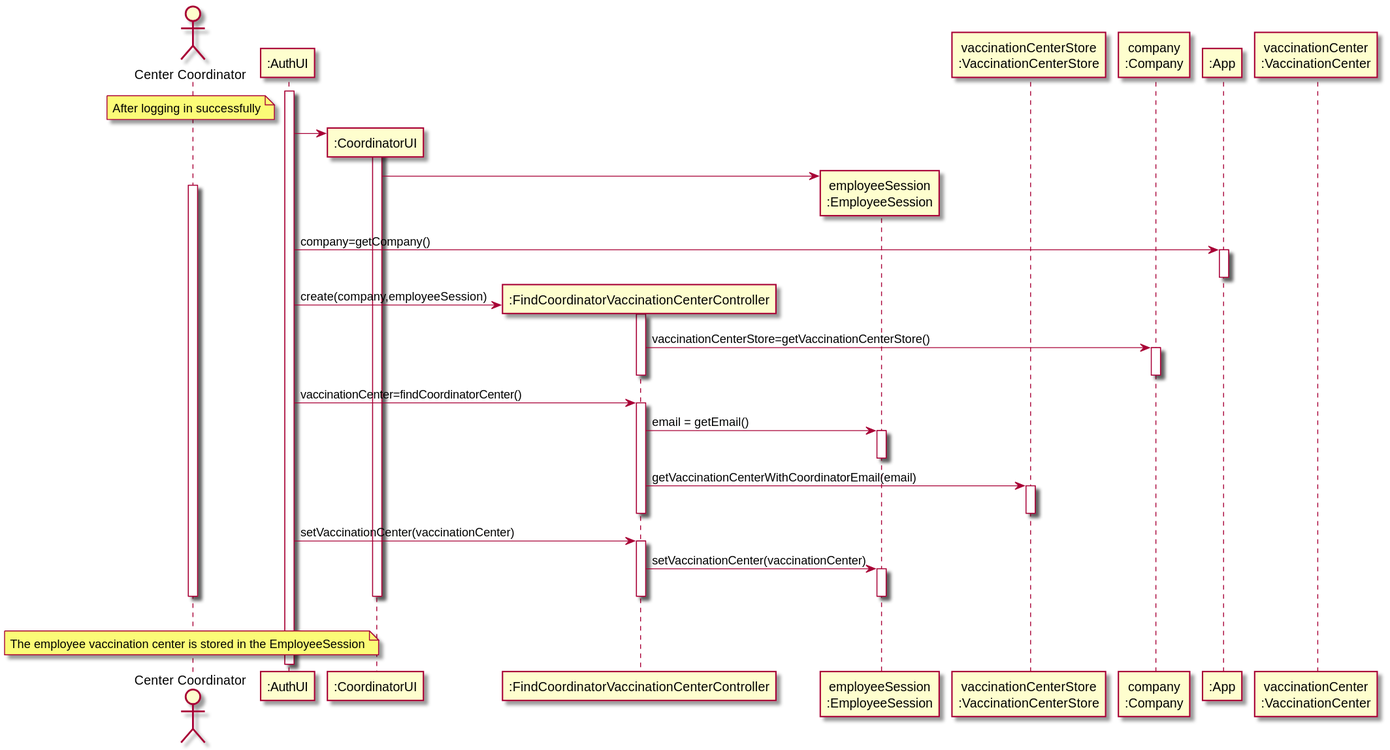
Before: docs/SprintD/CoordinatorLogin_SD.svg, a diagram exported from PlantUML (miseEnPlace-i/lapr2).
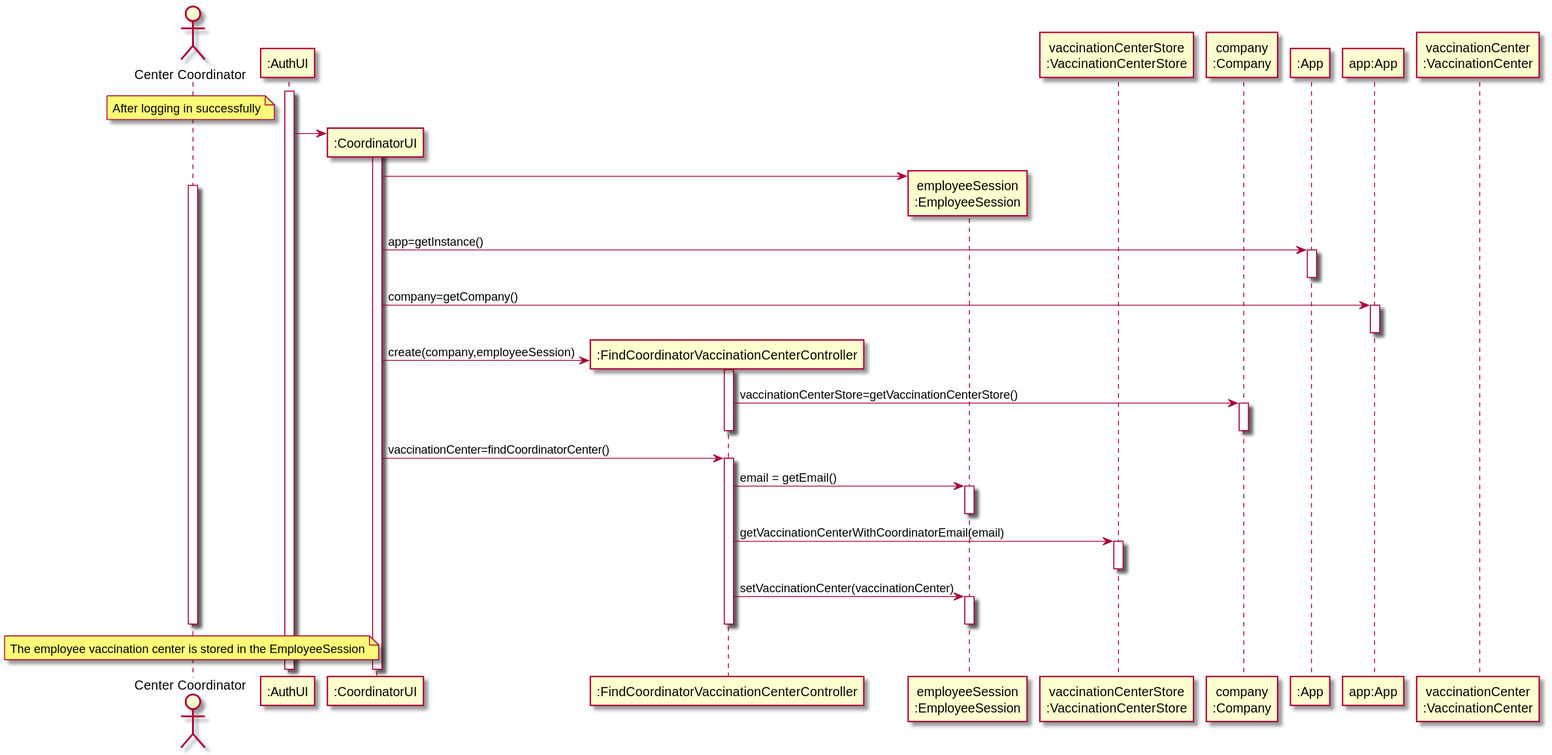
After the commit.

Commit message:
docs: updated coordinator login SD

What changed in the source:
```diff
@@ -13,7 +13,8 @@
 participant "company\n:Company" as COMP
 participant "vaccinationCenterStore\n:VaccinationCenterStore" as VACCS
 participant "company\n:Company" as COMP
-participant ":App" as APP
+participant ":App" as _APP
+participant "app:App" as APP
 participant "vaccinationCenter\n:VaccinationCenter"
 
 activate AUTHUI
@@ -22,19 +23,24 @@
 EUI -> SESSION **
 activate COORDINATOR
 
-AUTHUI -> APP : company=getCompany()
+
+EUI -> _APP : app=getInstance()
+activate _APP
+deactivate _APP
+
+EUI -> APP : company=getCompany()
 activate APP
 deactivate APP
 
 
-AUTHUI -> CTRL ** : create(company,employeeSession)
+EUI -> CTRL ** : create(company,employeeSession)
 activate CTRL
 CTRL -> COMP : vaccinationCenterStore=getVaccinationCenterStore()
 activate COMP
 deactivate COMP
 deactivate CTRL
 
-AUTHUI -> CTRL : vaccinationCenter=findCoordinatorCenter()
+EUI -> CTRL : vaccinationCenter=findCoordinatorCenter()
 activate CTRL
 
 CTRL -> SESSION : email = getEmail()
@@ -45,15 +51,13 @@
 activate VACCS
 deactivate VACCS
 
+CTRL -> SESSION : setVaccinationCenter(vaccinationCenter)
+activate SESSION
+deactivate SESSION
+
 deactivate CTRL
 
 
-AUTHUI -> CTRL : setVaccinationCenter(vaccinationCenter)
-activate CTRL
-CTRL -> SESSION : setVaccinationCenter(vaccinationCenter)
-activate SESSION
-deactivate SESSION
-deactivate EUI
 
 
 
@@ -62,7 +66,6 @@
 
 deactivate COORDINATOR
 
-|||
 
 note over COORDINATOR
   The employee vaccination center is stored in the EmployeeSession
```
